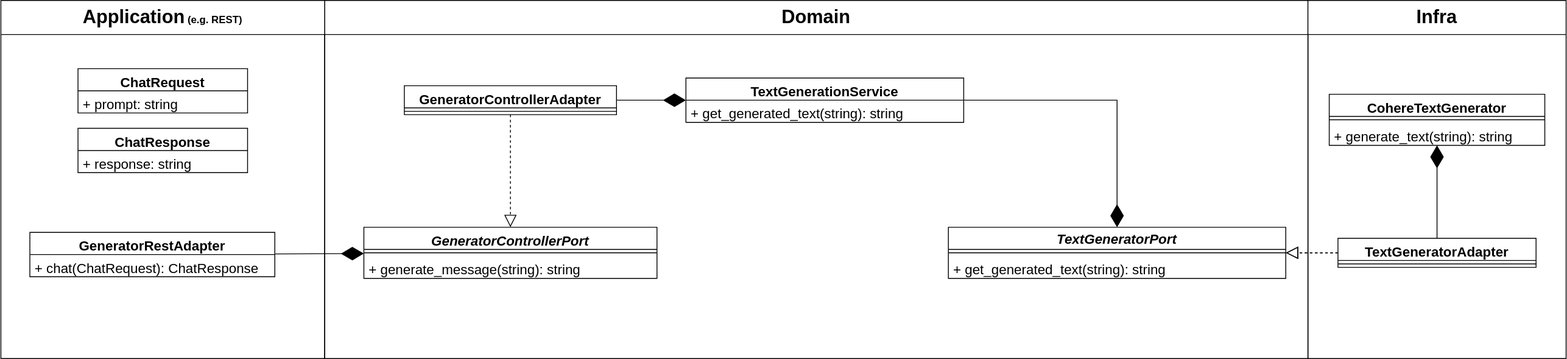
This is assets/uml/dauphine_2425_app.drawio.svg from nathzaf/Dauphine_2425, a draw.io export, as it was before one commit. Source tidied: cells renumbered, new cells last; positions are measured from the earlier drawing's top-left corner, leaving out a move shared by most shapes. Its diagram source:
```xml
<mxGraphModel background="#FFFFFF">
  <root>
    <mxCell id="0" />
    <mxCell id="1" parent="0" />
    <mxCell id="2" style="endArrow=block;dashed=1;endFill=0;endSize=12;html=1;rounded=0;strokeColor=#000000;fontFamily=Helvetica;fontSize=16;fontColor=rgb(240, 240, 240);" parent="1" edge="1" source="20" target="12">
      <mxGeometry relative="1" as="geometry" />
    </mxCell>
    <mxCell id="3" value="&lt;font style=&quot;font-size: 22px;&quot;&gt;Domain&lt;/font&gt;" style="swimlane;whiteSpace=wrap;html=1;startSize=40;fontColor=#000000;" parent="1" vertex="1">
      <mxGeometry x="380" width="1154" height="420" as="geometry" />
    </mxCell>
    <mxCell id="4" style="endArrow=block;dashed=1;endFill=0;endSize=12;html=1;fontFamily=Helvetica;fontSize=16;fontColor=rgb(240, 240, 240);strokeColor=#000000;exitX=0;exitY=0.5;exitDx=0;exitDy=0;entryX=0.469;entryY=-0.002;entryDx=0;entryDy=0;entryPerimeter=0;rounded=0;" parent="3" edge="1" source="x">
      <mxGeometry relative="1" as="geometry">
        <mxPoint x="257.2" y="465.8" as="targetPoint" />
        <Array as="points">
          <mxPoint x="258" y="400" />
        </Array>
      </mxGeometry>
    </mxCell>
    <mxCell id="5" style="endArrow=block;dashed=1;endFill=0;endSize=12;html=1;strokeColor=#000000;fontFamily=Helvetica;fontSize=16;fontColor=rgb(240, 240, 240);rounded=0;entryX=0.468;entryY=0;entryDx=0;entryDy=0;entryPerimeter=0;" parent="3" edge="1" target="x">
      <mxGeometry relative="1" as="geometry">
        <mxPoint x="230" y="400" as="sourcePoint" />
        <Array as="points">
          <mxPoint x="258" y="400" />
        </Array>
      </mxGeometry>
    </mxCell>
    <mxCell id="6" value="GeneratorControllerPort" style="swimlane;fontStyle=3;align=center;verticalAlign=top;horizontal=1;startSize=26;strokeColor=#000000;fontFamily=Helvetica;fontSize=16;fontColor=#000000;fillColor=default;swimlaneFillColor=default;" parent="3" vertex="1">
      <mxGeometry x="46" y="266" width="344" height="60" as="geometry" />
    </mxCell>
    <mxCell id="7" style="line;strokeWidth=1;fillColor=none;align=left;verticalAlign=middle;spacingTop=-1;spacingLeft=3;spacingRight=3;labelPosition=right;strokeColor=inherit;fontFamily=Helvetica;fontSize=16;fontColor=rgb(240, 240, 240);startSize=26;" parent="6" vertex="1">
      <mxGeometry y="26" width="344" height="8" as="geometry" />
    </mxCell>
    <mxCell id="8" value="+ generate_message(string): string" style="text;strokeColor=none;fillColor=none;align=left;verticalAlign=top;spacingLeft=4;spacingRight=4;overflow=hidden;fontFamily=Helvetica;fontSize=16;fontColor=#000000;startSize=26;" parent="6" vertex="1">
      <mxGeometry y="34" width="344" height="26" as="geometry" />
    </mxCell>
    <mxCell id="9" value="GeneratorControllerAdapter" style="swimlane;fontStyle=1;align=center;verticalAlign=top;horizontal=1;startSize=26;fontSize=16;swimlaneFillColor=default;" parent="3" vertex="1">
      <mxGeometry x="93.5" y="100" width="249" height="34" as="geometry" />
    </mxCell>
    <mxCell id="10" style="line;strokeWidth=1;fillColor=none;align=left;verticalAlign=middle;spacingTop=-1;spacingLeft=3;spacingRight=3;labelPosition=right;strokeColor=inherit;" parent="9" vertex="1">
      <mxGeometry y="26" width="249" height="8" as="geometry" />
    </mxCell>
    <mxCell id="11" style="endArrow=block;dashed=1;endFill=0;endSize=12;html=1;rounded=0;" parent="3" edge="1" source="9" target="6">
      <mxGeometry relative="1" as="geometry" />
    </mxCell>
    <mxCell id="12" value="TextGeneratorPort" style="swimlane;fontStyle=3;align=center;verticalAlign=middle;horizontal=1;startSize=26;strokeColor=#000000;fontFamily=Helvetica;fontSize=16;fontColor=#000000;fillColor=default;swimlaneFillColor=default;" parent="3" vertex="1">
      <mxGeometry x="732" y="266" width="396" height="60" as="geometry" />
    </mxCell>
    <mxCell id="13" style="line;strokeWidth=1;fillColor=none;align=left;verticalAlign=middle;spacingTop=-1;spacingLeft=3;spacingRight=3;labelPosition=right;strokeColor=inherit;fontFamily=Helvetica;fontSize=16;fontColor=rgb(240, 240, 240);startSize=26;" parent="12" vertex="1">
      <mxGeometry y="26" width="396" height="8" as="geometry" />
    </mxCell>
    <mxCell id="14" value="+ get_generated_text(string): string" style="text;strokeColor=none;fillColor=none;align=left;verticalAlign=top;spacingLeft=4;spacingRight=4;overflow=hidden;fontFamily=Helvetica;fontSize=16;fontColor=#000000;startSize=26;" parent="12" vertex="1">
      <mxGeometry y="34" width="396" height="26" as="geometry" />
    </mxCell>
    <mxCell id="15" style="endArrow=diamondThin;endFill=1;endSize=24;html=1;rounded=0;" parent="3" edge="1" source="9" target="17">
      <mxGeometry relative="1" as="geometry" />
    </mxCell>
    <mxCell id="16" style="endArrow=diamondThin;endFill=1;endSize=24;html=1;rounded=0;" parent="3" edge="1" source="17" target="12">
      <mxGeometry relative="1" as="geometry">
        <Array as="points">
          <mxPoint x="930" y="117" />
        </Array>
      </mxGeometry>
    </mxCell>
    <mxCell id="17" value="TextGenerationService" style="swimlane;fontStyle=1;horizontal=1;startSize=26;fillColor=default;fontSize=16;verticalAlign=top;swimlaneFillColor=default;strokeColor=#000000;fontColor=#000000;" parent="3" vertex="1">
      <mxGeometry x="424" y="91" width="326" height="52" as="geometry" />
    </mxCell>
    <mxCell id="18" value="+ get_generated_text(string): string" style="text;strokeColor=none;fillColor=none;align=left;verticalAlign=top;spacingLeft=4;spacingRight=4;overflow=hidden;fontSize=16;" parent="17" vertex="1">
      <mxGeometry y="26" width="326" height="26" as="geometry" />
    </mxCell>
    <mxCell id="19" value="&lt;font style=&quot;font-size: 22px;&quot;&gt;Infra&lt;/font&gt;" style="swimlane;whiteSpace=wrap;html=1;startSize=40;strokeColor=#000000;" parent="1" vertex="1">
      <mxGeometry x="1534" width="303" height="420" as="geometry" />
    </mxCell>
    <mxCell id="20" value="TextGeneratorAdapter" style="swimlane;fontStyle=1;align=center;verticalAlign=top;horizontal=1;startSize=26;strokeColor=default;fontFamily=Helvetica;fontSize=16;fontColor=default;fillColor=default;swimlaneFillColor=default;" parent="19" vertex="1">
      <mxGeometry x="35.2" y="279" width="232.5" height="34" as="geometry" />
    </mxCell>
    <mxCell id="21" style="line;strokeWidth=1;fillColor=none;align=left;verticalAlign=middle;spacingTop=-1;spacingLeft=3;spacingRight=3;labelPosition=right;strokeColor=inherit;fontFamily=Helvetica;fontSize=16;fontColor=rgb(240, 240, 240);startSize=26;" parent="20" vertex="1">
      <mxGeometry y="26" width="232.5" height="8" as="geometry" />
    </mxCell>
    <mxCell id="22" style="endArrow=diamondThin;endFill=1;endSize=24;html=1;rounded=0;strokeColor=#000000;fontFamily=Helvetica;fontSize=16;fontColor=rgb(240, 240, 240);exitX=0.5;exitY=0;exitDx=0;exitDy=0;" parent="19" edge="1" source="20" target="23">
      <mxGeometry relative="1" as="geometry" />
    </mxCell>
    <mxCell id="23" value="CohereTextGenerator" style="swimlane;fontStyle=1;align=center;verticalAlign=top;horizontal=1;startSize=26;strokeColor=default;fontFamily=Helvetica;fontSize=16;fontColor=default;fillColor=default;swimlaneFillColor=default;" parent="19" vertex="1">
      <mxGeometry x="25" y="110" width="253" height="60" as="geometry" />
    </mxCell>
    <mxCell id="24" style="line;strokeWidth=1;fillColor=none;align=left;verticalAlign=middle;spacingTop=-1;spacingLeft=3;spacingRight=3;labelPosition=right;strokeColor=inherit;fontFamily=Helvetica;fontSize=16;fontColor=rgb(240, 240, 240);startSize=26;" parent="23" vertex="1">
      <mxGeometry y="26" width="253" height="8" as="geometry" />
    </mxCell>
    <mxCell id="25" value="+ generate_text(string): string" style="text;strokeColor=none;fillColor=none;align=left;verticalAlign=top;spacingLeft=4;spacingRight=4;overflow=hidden;fontFamily=Helvetica;fontSize=16;fontColor=#000000;startSize=26;" parent="23" vertex="1">
      <mxGeometry y="34" width="253" height="26" as="geometry" />
    </mxCell>
    <mxCell id="26" value="&lt;font style=&quot;font-size: 22px;&quot;&gt;Application&lt;/font&gt; (e.g. REST)" style="swimlane;whiteSpace=wrap;html=1;startSize=40;" parent="1" vertex="1">
      <mxGeometry width="380" height="420" as="geometry" />
    </mxCell>
    <mxCell id="27" value="GeneratorRestAdapter" style="swimlane;fontStyle=1;align=center;verticalAlign=top;horizontal=1;startSize=26;fontSize=16;swimlaneFillColor=default;" parent="26" vertex="1">
      <mxGeometry x="34" y="272" width="287.5" height="52" as="geometry" />
    </mxCell>
    <mxCell id="28" value="+ chat(ChatRequest): ChatResponse" style="text;strokeColor=none;fillColor=none;align=left;verticalAlign=top;spacingLeft=4;spacingRight=4;overflow=hidden;fontFamily=Helvetica;fontSize=16;fontColor=#000000;startSize=26;" parent="27" vertex="1">
      <mxGeometry y="26" width="287.5" height="26" as="geometry" />
    </mxCell>
    <mxCell id="29" value="ChatRequest" style="swimlane;fontStyle=1;horizontal=1;startSize=26;fillColor=default;fontSize=16;swimlaneFillColor=default;verticalAlign=top;" parent="26" vertex="1">
      <mxGeometry x="90.5" y="80" width="199" height="52" as="geometry" />
    </mxCell>
    <mxCell id="30" value="+ prompt: string" style="text;strokeColor=none;fillColor=none;align=left;verticalAlign=top;spacingLeft=4;spacingRight=4;overflow=hidden;fontSize=16;" parent="29" vertex="1">
      <mxGeometry y="26" width="199" height="26" as="geometry" />
    </mxCell>
    <mxCell id="31" value="ChatResponse" style="swimlane;fontStyle=1;horizontal=1;startSize=26;fillColor=default;fontSize=16;swimlaneFillColor=default;verticalAlign=top;" parent="26" vertex="1">
      <mxGeometry x="90.5" y="150" width="199" height="52" as="geometry" />
    </mxCell>
    <mxCell id="32" value="+ response: string" style="text;strokeColor=none;fillColor=none;align=left;verticalAlign=top;spacingLeft=4;spacingRight=4;overflow=hidden;fontSize=16;" parent="31" vertex="1">
      <mxGeometry y="26" width="199" height="26" as="geometry" />
    </mxCell>
    <mxCell id="33" style="endArrow=diamondThin;endFill=1;endSize=24;html=1;rounded=0;" parent="1" edge="1" source="27" target="6">
      <mxGeometry relative="1" as="geometry" />
    </mxCell>
    <mxCell id="34" style="endArrow=block;dashed=1;endFill=0;endSize=12;html=1;rounded=0;" parent="1" edge="1" source="20" target="12">
      <mxGeometry relative="1" as="geometry" />
    </mxCell>
  </root>
</mxGraphModel>
```
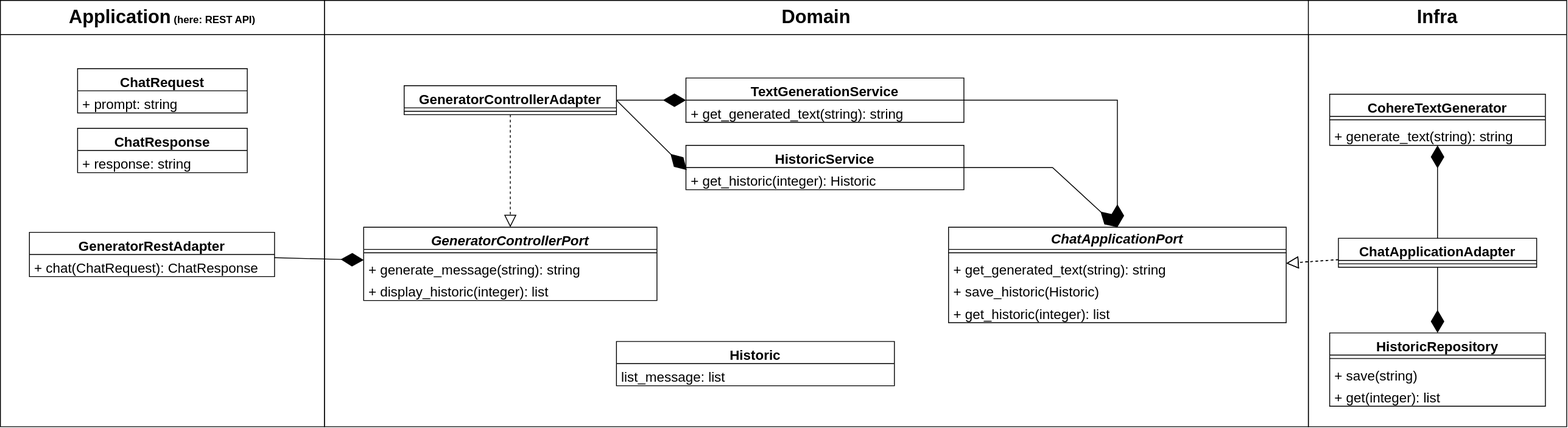
The same file after the commit.

Commit message:
updated uml diagram

Diff of the diagram source:
```diff
@@ -6,7 +6,7 @@
       <mxGeometry relative="1" as="geometry" />
     </mxCell>
     <mxCell id="3" value="&lt;font style=&quot;font-size: 22px;&quot;&gt;Domain&lt;/font&gt;" style="swimlane;whiteSpace=wrap;html=1;startSize=40;fontColor=#000000;" parent="1" vertex="1">
-      <mxGeometry x="380" width="1154" height="420" as="geometry" />
+      <mxGeometry x="380" width="1154" height="500" as="geometry" />
     </mxCell>
     <mxCell id="4" style="endArrow=block;dashed=1;endFill=0;endSize=12;html=1;fontFamily=Helvetica;fontSize=16;fontColor=rgb(240, 240, 240);strokeColor=#000000;exitX=0;exitY=0.5;exitDx=0;exitDy=0;entryX=0.469;entryY=-0.002;entryDx=0;entryDy=0;entryPerimeter=0;rounded=0;" parent="3" edge="1" source="x">
       <mxGeometry relative="1" as="geometry">
@@ -25,13 +25,16 @@
       </mxGeometry>
     </mxCell>
     <mxCell id="6" value="GeneratorControllerPort" style="swimlane;fontStyle=3;align=center;verticalAlign=top;horizontal=1;startSize=26;strokeColor=#000000;fontFamily=Helvetica;fontSize=16;fontColor=#000000;fillColor=default;swimlaneFillColor=default;" parent="3" vertex="1">
-      <mxGeometry x="46" y="266" width="344" height="60" as="geometry" />
+      <mxGeometry x="46" y="266" width="344" height="86" as="geometry" />
     </mxCell>
     <mxCell id="7" style="line;strokeWidth=1;fillColor=none;align=left;verticalAlign=middle;spacingTop=-1;spacingLeft=3;spacingRight=3;labelPosition=right;strokeColor=inherit;fontFamily=Helvetica;fontSize=16;fontColor=rgb(240, 240, 240);startSize=26;" parent="6" vertex="1">
       <mxGeometry y="26" width="344" height="8" as="geometry" />
     </mxCell>
+    <mxCell id="35" value="+ generate_message(string): string" style="text;strokeColor=none;fillColor=none;align=left;verticalAlign=top;spacingLeft=4;spacingRight=4;overflow=hidden;fontFamily=Helvetica;fontSize=16;fontColor=#000000;startSize=26;" parent="6" vertex="1">
+      <mxGeometry y="34" width="344" height="26" as="geometry" />
+    </mxCell>
-    <mxCell id="8" value="+ generate_message(string): string" style="text;strokeColor=none;fillColor=none;align=left;verticalAlign=top;spacingLeft=4;spacingRight=4;overflow=hidden;fontFamily=Helvetica;fontSize=16;fontColor=#000000;startSize=26;" parent="6" vertex="1">
-      <mxGeometry y="34" width="344" height="26" as="geometry" />
+    <mxCell id="8" value="+ display_historic(integer): list" style="text;strokeColor=none;fillColor=none;align=left;verticalAlign=top;spacingLeft=4;spacingRight=4;overflow=hidden;fontFamily=Helvetica;fontSize=16;fontColor=#000000;startSize=26;" parent="6" vertex="1">
+      <mxGeometry y="60" width="344" height="26" as="geometry" />
     </mxCell>
     <mxCell id="9" value="GeneratorControllerAdapter" style="swimlane;fontStyle=1;align=center;verticalAlign=top;horizontal=1;startSize=26;fontSize=16;swimlaneFillColor=default;" parent="3" vertex="1">
       <mxGeometry x="93.5" y="100" width="249" height="34" as="geometry" />
@@ -42,8 +45,8 @@
     <mxCell id="11" style="endArrow=block;dashed=1;endFill=0;endSize=12;html=1;rounded=0;" parent="3" edge="1" source="9" target="6">
       <mxGeometry relative="1" as="geometry" />
     </mxCell>
-    <mxCell id="12" value="TextGeneratorPort" style="swimlane;fontStyle=3;align=center;verticalAlign=middle;horizontal=1;startSize=26;strokeColor=#000000;fontFamily=Helvetica;fontSize=16;fontColor=#000000;fillColor=default;swimlaneFillColor=default;" parent="3" vertex="1">
-      <mxGeometry x="732" y="266" width="396" height="60" as="geometry" />
+    <mxCell id="12" value="ChatApplicationPort" style="swimlane;fontStyle=3;align=center;verticalAlign=middle;horizontal=1;startSize=26;strokeColor=#000000;fontFamily=Helvetica;fontSize=16;fontColor=#000000;fillColor=default;swimlaneFillColor=default;" parent="3" vertex="1">
+      <mxGeometry x="732" y="266" width="396" height="112" as="geometry" />
     </mxCell>
     <mxCell id="13" style="line;strokeWidth=1;fillColor=none;align=left;verticalAlign=middle;spacingTop=-1;spacingLeft=3;spacingRight=3;labelPosition=right;strokeColor=inherit;fontFamily=Helvetica;fontSize=16;fontColor=rgb(240, 240, 240);startSize=26;" parent="12" vertex="1">
       <mxGeometry y="26" width="396" height="8" as="geometry" />
@@ -51,6 +54,12 @@
     <mxCell id="14" value="+ get_generated_text(string): string" style="text;strokeColor=none;fillColor=none;align=left;verticalAlign=top;spacingLeft=4;spacingRight=4;overflow=hidden;fontFamily=Helvetica;fontSize=16;fontColor=#000000;startSize=26;" parent="12" vertex="1">
       <mxGeometry y="34" width="396" height="26" as="geometry" />
     </mxCell>
+    <mxCell id="36" value="+ save_historic(Historic)" style="text;strokeColor=none;fillColor=none;align=left;verticalAlign=top;spacingLeft=4;spacingRight=4;overflow=hidden;fontFamily=Helvetica;fontSize=16;fontColor=#000000;startSize=26;" parent="12" vertex="1">
+      <mxGeometry y="60" width="396" height="26" as="geometry" />
+    </mxCell>
+    <mxCell id="37" value="+ get_historic(integer): list" style="text;strokeColor=none;fillColor=none;align=left;verticalAlign=top;spacingLeft=4;spacingRight=4;overflow=hidden;fontFamily=Helvetica;fontSize=16;fontColor=#000000;startSize=26;" parent="12" vertex="1">
+      <mxGeometry y="86" width="396" height="26" as="geometry" />
+    </mxCell>
     <mxCell id="15" style="endArrow=diamondThin;endFill=1;endSize=24;html=1;rounded=0;" parent="3" edge="1" source="9" target="17">
       <mxGeometry relative="1" as="geometry" />
     </mxCell>
@@ -67,10 +76,32 @@
     <mxCell id="18" value="+ get_generated_text(string): string" style="text;strokeColor=none;fillColor=none;align=left;verticalAlign=top;spacingLeft=4;spacingRight=4;overflow=hidden;fontSize=16;" parent="17" vertex="1">
       <mxGeometry y="26" width="326" height="26" as="geometry" />
     </mxCell>
+    <mxCell id="38" value="HistoricService" style="swimlane;fontStyle=1;horizontal=1;startSize=26;fillColor=default;fontSize=16;verticalAlign=top;swimlaneFillColor=default;strokeColor=#000000;fontColor=#000000;" parent="3" vertex="1">
+      <mxGeometry x="424" y="170" width="326" height="52" as="geometry" />
+    </mxCell>
+    <mxCell id="39" value="+ get_historic(integer): Historic" style="text;strokeColor=none;fillColor=none;align=left;verticalAlign=top;spacingLeft=4;spacingRight=4;overflow=hidden;points=[[0,0.5],[1,0.5]];portConstraint=eastwest;fontSize=16;" parent="38" vertex="1">
+      <mxGeometry y="26" width="326" height="26" as="geometry" />
+    </mxCell>
+    <mxCell id="40" style="endArrow=diamondThin;endFill=1;endSize=24;html=1;rounded=0;exitX=1;exitY=0.5;exitDx=0;exitDy=0;entryX=0.003;entryY=0.115;entryDx=0;entryDy=0;entryPerimeter=0;" parent="3" edge="1" source="9" target="39">
+      <mxGeometry relative="1" as="geometry" />
+    </mxCell>
+    <mxCell id="41" value="Historic" style="swimlane;fontStyle=1;horizontal=1;startSize=26;fillColor=default;fontSize=16;verticalAlign=top;swimlaneFillColor=default;strokeColor=#000000;fontColor=#000000;" parent="3" vertex="1">
+      <mxGeometry x="342.5" y="400" width="326" height="52" as="geometry" />
+    </mxCell>
+    <mxCell id="42" value="list_message: list" style="text;strokeColor=none;fillColor=none;align=left;verticalAlign=top;spacingLeft=4;spacingRight=4;overflow=hidden;fontSize=16;" parent="41" vertex="1">
+      <mxGeometry y="26" width="326" height="26" as="geometry" />
+    </mxCell>
+    <mxCell id="43" style="endArrow=diamondThin;endFill=1;endSize=24;html=1;rounded=0;exitX=1;exitY=0.5;exitDx=0;exitDy=0;entryX=0.5;entryY=0;entryDx=0;entryDy=0;" parent="3" edge="1" source="38" target="12">
+      <mxGeometry relative="1" as="geometry">
+        <Array as="points">
+          <mxPoint x="854" y="196" />
+        </Array>
+      </mxGeometry>
+    </mxCell>
     <mxCell id="19" value="&lt;font style=&quot;font-size: 22px;&quot;&gt;Infra&lt;/font&gt;" style="swimlane;whiteSpace=wrap;html=1;startSize=40;strokeColor=#000000;" parent="1" vertex="1">
-      <mxGeometry x="1534" width="303" height="420" as="geometry" />
+      <mxGeometry x="1534" width="303" height="500" as="geometry" />
     </mxCell>
-    <mxCell id="20" value="TextGeneratorAdapter" style="swimlane;fontStyle=1;align=center;verticalAlign=top;horizontal=1;startSize=26;strokeColor=default;fontFamily=Helvetica;fontSize=16;fontColor=default;fillColor=default;swimlaneFillColor=default;" parent="19" vertex="1">
+    <mxCell id="20" value="ChatApplicationAdapter" style="swimlane;fontStyle=1;align=center;verticalAlign=top;horizontal=1;startSize=26;strokeColor=default;fontFamily=Helvetica;fontSize=16;fontColor=default;fillColor=default;swimlaneFillColor=default;" parent="19" vertex="1">
       <mxGeometry x="35.2" y="279" width="232.5" height="34" as="geometry" />
     </mxCell>
     <mxCell id="21" style="line;strokeWidth=1;fillColor=none;align=left;verticalAlign=middle;spacingTop=-1;spacingLeft=3;spacingRight=3;labelPosition=right;strokeColor=inherit;fontFamily=Helvetica;fontSize=16;fontColor=rgb(240, 240, 240);startSize=26;" parent="20" vertex="1">
@@ -88,8 +119,23 @@
     <mxCell id="25" value="+ generate_text(string): string" style="text;strokeColor=none;fillColor=none;align=left;verticalAlign=top;spacingLeft=4;spacingRight=4;overflow=hidden;fontFamily=Helvetica;fontSize=16;fontColor=#000000;startSize=26;" parent="23" vertex="1">
       <mxGeometry y="34" width="253" height="26" as="geometry" />
     </mxCell>
+    <mxCell id="44" value="HistoricRepository" style="swimlane;fontStyle=1;align=center;verticalAlign=top;horizontal=1;startSize=26;strokeColor=default;fontFamily=Helvetica;fontSize=16;fontColor=default;fillColor=default;swimlaneFillColor=default;" parent="19" vertex="1">
+      <mxGeometry x="25" y="390" width="253" height="86" as="geometry" />
+    </mxCell>
+    <mxCell id="45" style="line;strokeWidth=1;fillColor=none;align=left;verticalAlign=middle;spacingTop=-1;spacingLeft=3;spacingRight=3;labelPosition=right;strokeColor=inherit;fontFamily=Helvetica;fontSize=16;fontColor=rgb(240, 240, 240);startSize=26;" parent="44" vertex="1">
+      <mxGeometry y="26" width="253" height="8" as="geometry" />
+    </mxCell>
+    <mxCell id="46" value="+ save(string)" style="text;strokeColor=none;fillColor=none;align=left;verticalAlign=top;spacingLeft=4;spacingRight=4;overflow=hidden;fontFamily=Helvetica;fontSize=16;fontColor=#000000;startSize=26;" parent="44" vertex="1">
+      <mxGeometry y="34" width="253" height="26" as="geometry" />
+    </mxCell>
+    <mxCell id="47" value="+ get(integer): list" style="text;strokeColor=none;fillColor=none;align=left;verticalAlign=top;spacingLeft=4;spacingRight=4;overflow=hidden;fontFamily=Helvetica;fontSize=16;fontColor=#000000;startSize=26;" parent="44" vertex="1">
+      <mxGeometry y="60" width="253" height="26" as="geometry" />
+    </mxCell>
+    <mxCell id="48" style="endArrow=diamondThin;endFill=1;endSize=24;html=1;rounded=0;strokeColor=#000000;fontFamily=Helvetica;fontSize=16;fontColor=rgb(240, 240, 240);exitX=0.5;exitY=1;exitDx=0;exitDy=0;entryX=0.5;entryY=0;entryDx=0;entryDy=0;" parent="19" edge="1" source="20" target="44">
+      <mxGeometry relative="1" as="geometry" />
+    </mxCell>
-    <mxCell id="26" value="&lt;font style=&quot;font-size: 22px;&quot;&gt;Application&lt;/font&gt; (e.g. REST)" style="swimlane;whiteSpace=wrap;html=1;startSize=40;" parent="1" vertex="1">
-      <mxGeometry width="380" height="420" as="geometry" />
+    <mxCell id="26" value="&lt;font style=&quot;font-size: 22px;&quot;&gt;Application&lt;/font&gt; (here: REST API)" style="swimlane;whiteSpace=wrap;html=1;startSize=40;fillColor=light-dark(#FFFFFF,var(--ge-dark-color, #121212));" parent="1" vertex="1">
+      <mxGeometry width="380" height="500" as="geometry" />
     </mxCell>
     <mxCell id="27" value="GeneratorRestAdapter" style="swimlane;fontStyle=1;align=center;verticalAlign=top;horizontal=1;startSize=26;fontSize=16;swimlaneFillColor=default;" parent="26" vertex="1">
       <mxGeometry x="34" y="272" width="287.5" height="52" as="geometry" />
```
